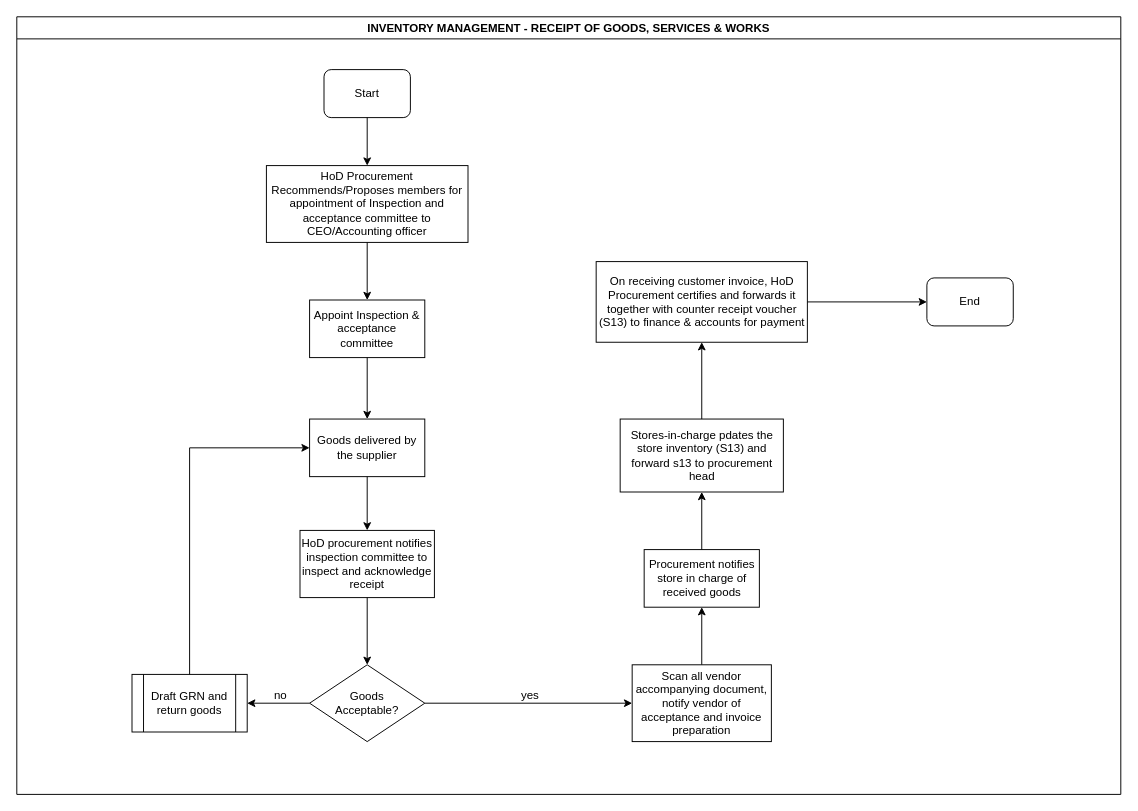
This is KEFRI-PROC-INVENTORY MANAGEMENT.drawio from kmagua/flowcharts, a draw.io file, before an edit. Source tidied: cells renumbered, new cells numbered last; positions are measured from the earlier drawing's top-left corner, leaving out a move shared by most shapes. Both pictures are drawn from the tidied source at 96%, with x=0, y=0 at pixel (16, 16).
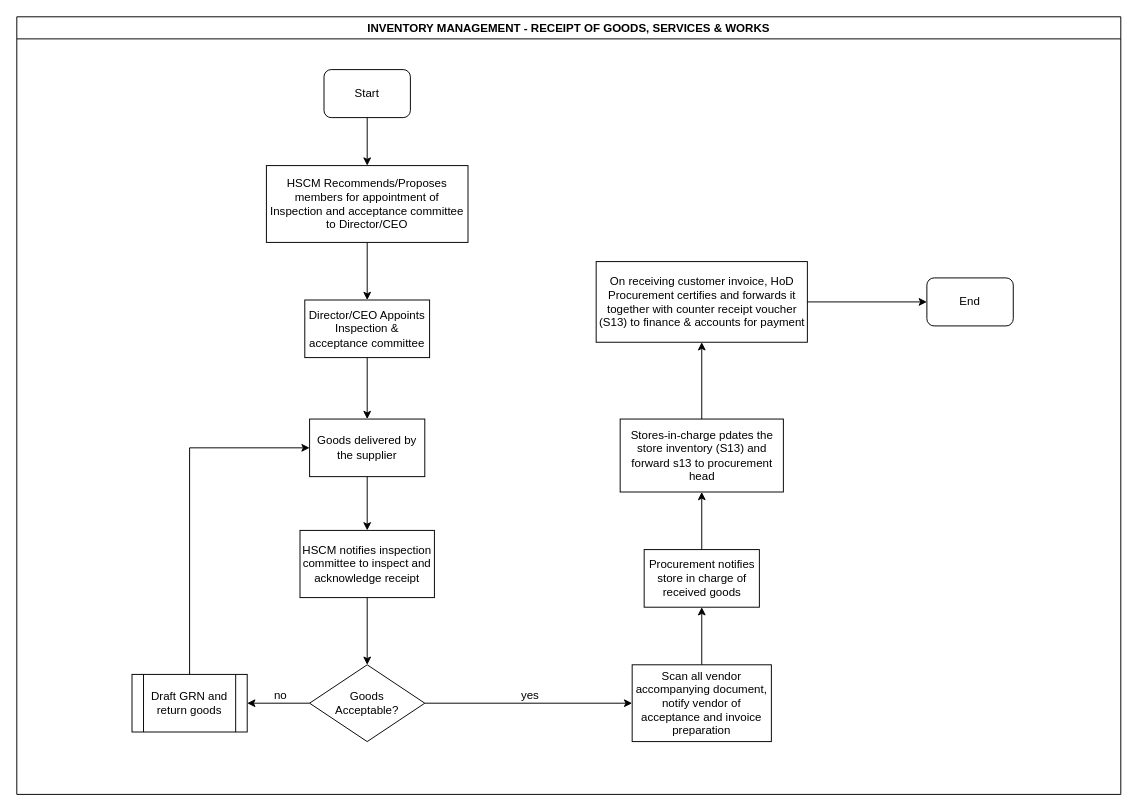
The same page after the edit.

The change refers to these unchanged cells:
```xml
<mxCell id="2" value="INVENTORY MANAGEMENT - RECEIPT OF GOODS, SERVICES &amp; WORKS" style="swimlane;" parent="1" vertex="1">
  <mxGeometry width="1150" height="810" as="geometry" />
</mxCell>
```

The edit, as a diff of the source:
```diff
@@
-    <mxCell id="4" value="HoD Procurement Recommends/Proposes members for appointment of Inspection and acceptance committee to CEO/Accounting officer" style="rounded=0;whiteSpace=wrap;html=1;" parent="2" vertex="1">
+    <mxCell id="4" value="HSCM Recommends/Proposes members for appointment of Inspection and acceptance committee to Director/CEO" style="rounded=0;whiteSpace=wrap;html=1;" parent="2" vertex="1">
       <mxGeometry x="260" y="155" width="210" height="80" as="geometry" />
     </mxCell>
@@
-    <mxCell id="6" value="Appoint Inspection &amp;amp; acceptance committee" style="whiteSpace=wrap;html=1;rounded=0;" parent="2" vertex="1">
-      <mxGeometry x="305" y="295" width="120" height="60" as="geometry" />
+    <mxCell id="6" value="Director/CEO Appoints Inspection &amp;amp; acceptance committee" style="whiteSpace=wrap;html=1;rounded=0;" parent="2" vertex="1">
+      <mxGeometry x="300" y="295" width="130" height="60" as="geometry" />
     </mxCell>
@@
-    <mxCell id="10" value="HoD procurement notifies inspection committee to inspect and acknowledge receipt" style="whiteSpace=wrap;html=1;rounded=0;" parent="2" vertex="1">
+    <mxCell id="10" value="HSCM notifies inspection committee to inspect and acknowledge receipt" style="whiteSpace=wrap;html=1;rounded=0;" parent="2" vertex="1">
       <mxGeometry x="295" y="535" width="140" height="70" as="geometry" />
     </mxCell>
```
